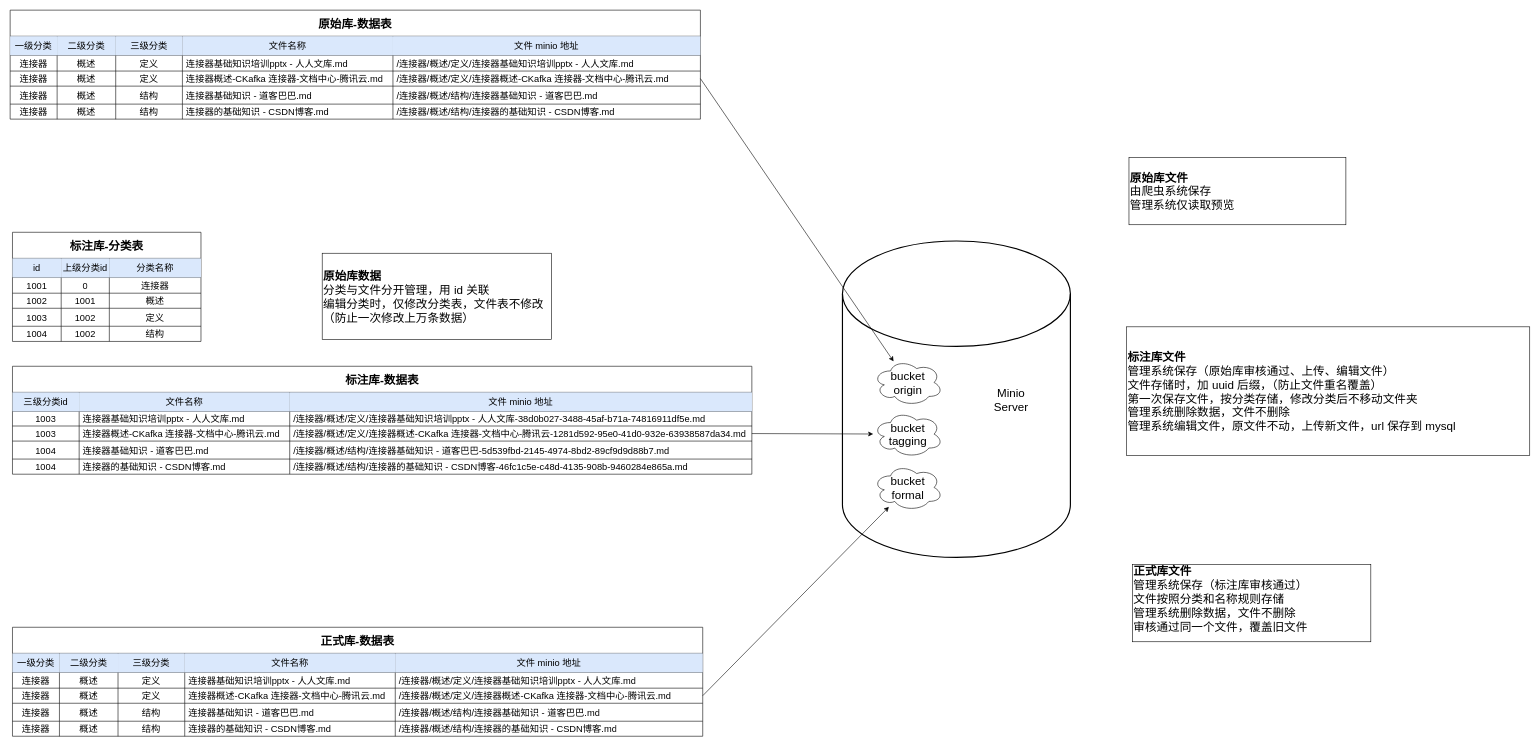
Earlier version of the draw.io diagram ence/aidata-minio.drawio (MuggleStar/draw_io). Source tidied: cells renumbered, new cells numbered last; positions are measured from the earlier drawing's top-left corner, leaving out a move shared by most shapes. Both pictures are drawn from the tidied source at 58%, with x=0, y=0 at pixel (10, 10).
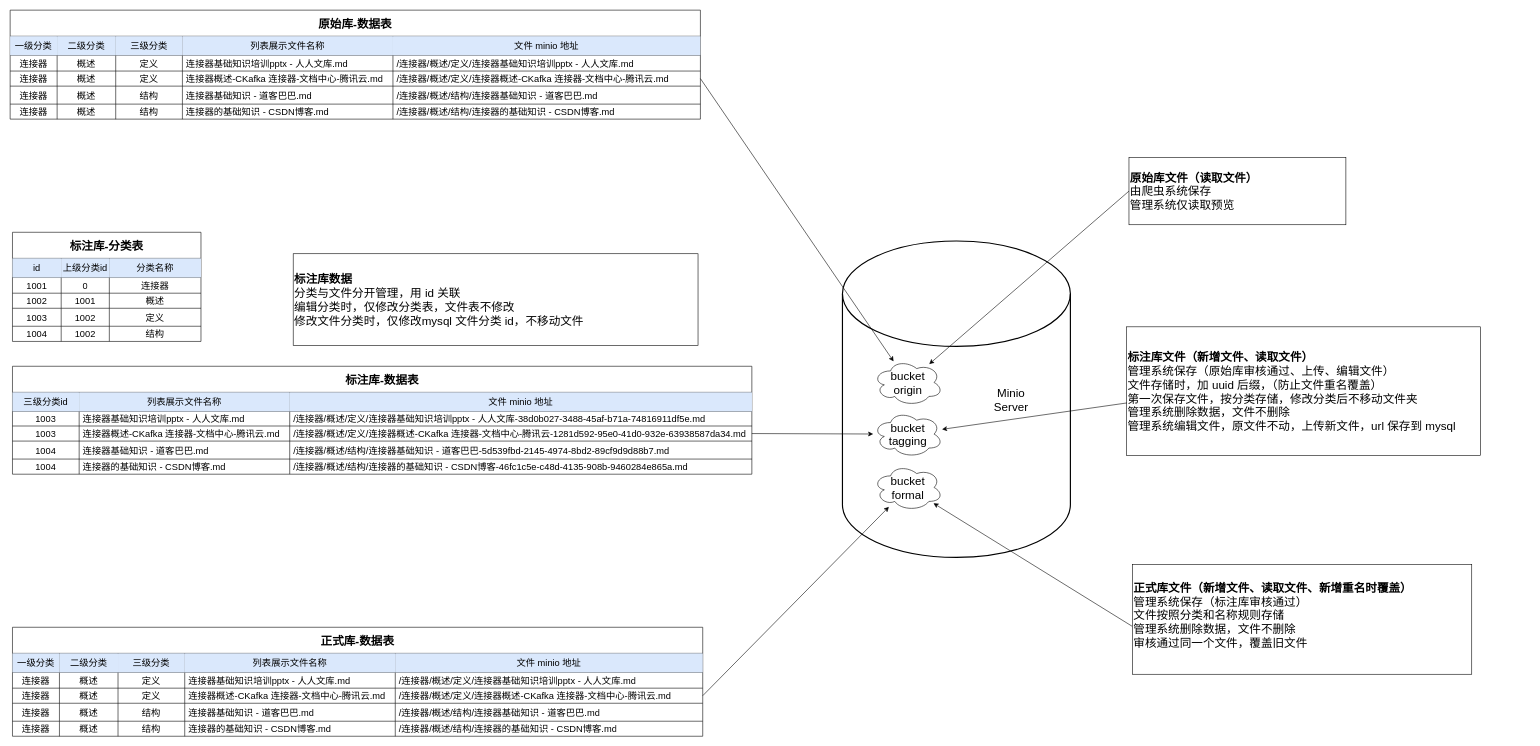
Above is the later version.

Unchanged cells that the change refers to:
```xml
<mxCell id="3" style="shape=tableRow;horizontal=0;startSize=0;swimlaneHead=0;swimlaneBody=0;strokeColor=inherit;top=0;left=0;bottom=0;right=0;fillColor=none;fontSize=16;" parent="2" vertex="1">
  <mxGeometry y="45" width="1190.1" height="33" as="geometry" />
</mxCell>
<mxCell id="34" value="bucket&lt;div&gt;origin&lt;/div&gt;" style="ellipse;shape=cloud;whiteSpace=wrap;html=1;fontSize=20;" parent="1" vertex="1">
  <mxGeometry x="1488" y="602" width="120" height="80" as="geometry" />
</mxCell>
<mxCell id="35" value="bucket&lt;div&gt;tagging&lt;/div&gt;" style="ellipse;shape=cloud;whiteSpace=wrap;html=1;fontSize=20;" parent="1" vertex="1">
  <mxGeometry x="1488" y="691" width="120" height="80" as="geometry" />
</mxCell>
<mxCell id="36" value="bucket&lt;div&gt;formal&lt;/div&gt;" style="ellipse;shape=cloud;whiteSpace=wrap;html=1;fontSize=20;" parent="1" vertex="1">
  <mxGeometry x="1488" y="783" width="120" height="80" as="geometry" />
</mxCell>
<mxCell id="39" style="shape=tableRow;horizontal=0;startSize=0;swimlaneHead=0;swimlaneBody=0;strokeColor=inherit;top=0;left=0;bottom=0;right=0;fillColor=none;fontSize=16;" parent="38" vertex="1">
  <mxGeometry y="45" width="1274.8" height="33" as="geometry" />
</mxCell>
<mxCell id="81" style="shape=tableRow;horizontal=0;startSize=0;swimlaneHead=0;swimlaneBody=0;strokeColor=inherit;top=0;left=0;bottom=0;right=0;fillColor=none;fontSize=16;" parent="80" vertex="1">
  <mxGeometry y="45" width="1190.1" height="33" as="geometry" />
</mxCell>
```

The edit, as a diff of the source:
```diff
@@
-    <mxCell id="7" value="文件名称" style="shape=partialRectangle;html=1;whiteSpace=wrap;strokeColor=#6c8ebf;overflow=hidden;fillColor=#dae8fc;top=0;left=0;bottom=0;right=0;fontSize=16;align=center;" parent="3" vertex="1">
+    <mxCell id="7" value="列表展示文件名称" style="shape=partialRectangle;html=1;whiteSpace=wrap;strokeColor=#6c8ebf;overflow=hidden;fillColor=#dae8fc;top=0;left=0;bottom=0;right=0;fontSize=16;align=center;" parent="3" vertex="1">
       <mxGeometry x="297" width="363" height="33" as="geometry" />
     </mxCell>
@@
-    <mxCell id="41" value="文件名称" style="shape=partialRectangle;html=1;whiteSpace=wrap;strokeColor=#6c8ebf;overflow=hidden;fillColor=#dae8fc;top=0;left=0;bottom=0;right=0;fontSize=16;align=center;" parent="39" vertex="1">
+    <mxCell id="41" value="列表展示文件名称" style="shape=partialRectangle;html=1;whiteSpace=wrap;strokeColor=#6c8ebf;overflow=hidden;fillColor=#dae8fc;top=0;left=0;bottom=0;right=0;fontSize=16;align=center;" parent="39" vertex="1">
       <mxGeometry x="115" width="363" height="33" as="geometry" />
     </mxCell>
@@
-    <mxCell id="85" value="文件名称" style="shape=partialRectangle;html=1;whiteSpace=wrap;strokeColor=#6c8ebf;overflow=hidden;fillColor=#dae8fc;top=0;left=0;bottom=0;right=0;fontSize=16;align=center;" parent="81" vertex="1">
+    <mxCell id="85" value="列表展示文件名称" style="shape=partialRectangle;html=1;whiteSpace=wrap;strokeColor=#6c8ebf;overflow=hidden;fillColor=#dae8fc;top=0;left=0;bottom=0;right=0;fontSize=16;align=center;" parent="81" vertex="1">
       <mxGeometry x="297" width="363" height="33" as="geometry" />
     </mxCell>
@@
-    <mxCell id="113" value="&lt;font style=&quot;font-size: 20px;&quot;&gt;&lt;b&gt;原始库文件&lt;/b&gt;&lt;/font&gt;&lt;div&gt;&lt;font style=&quot;font-size: 20px;&quot;&gt;由爬虫系统保存&lt;br&gt;管理系统仅读取预览&lt;/font&gt;&lt;/div&gt;" style="rounded=0;whiteSpace=wrap;html=1;align=left;" parent="1" vertex="1">
+    <mxCell id="113" value="&lt;font style=&quot;font-size: 20px;&quot;&gt;&lt;b&gt;原始库文件（读取文件）&lt;/b&gt;&lt;/font&gt;&lt;div&gt;&lt;font style=&quot;font-size: 20px;&quot;&gt;由爬虫系统保存&lt;br&gt;管理系统仅读取预览&lt;/font&gt;&lt;/div&gt;" style="rounded=0;whiteSpace=wrap;html=1;align=left;" parent="1" vertex="1">
       <mxGeometry x="1929" y="254" width="374" height="116" as="geometry" />
     </mxCell>
-    <mxCell id="114" value="&lt;font style=&quot;font-size: 20px;&quot;&gt;&lt;b&gt;标注库文件&lt;/b&gt;&lt;/font&gt;&lt;div&gt;&lt;font style=&quot;font-size: 20px;&quot;&gt;管理系统保存（原始库审核通过、上传、编辑文件）&lt;/font&gt;&lt;/div&gt;&lt;div&gt;&lt;span style=&quot;font-size: 20px;&quot;&gt;文件存储时，加 uuid 后缀，（防止文件重名覆盖）&lt;/span&gt;&lt;/div&gt;&lt;div&gt;&lt;span style=&quot;font-size: 20px;&quot;&gt;第一次保存文件，按分类存储，修改分类后不移动文件夹&lt;/span&gt;&lt;/div&gt;&lt;div&gt;&lt;span style=&quot;font-size: 20px;&quot;&gt;管理系统删除数据，文件不删除&lt;/span&gt;&lt;/div&gt;&lt;div&gt;&lt;span style=&quot;font-size: 20px;&quot;&gt;管理系统编辑文件，原文件不动，上传新文件，url 保存到 mysql&lt;/span&gt;&lt;/div&gt;" style="rounded=0;whiteSpace=wrap;html=1;align=left;" parent="1" vertex="1">
-      <mxGeometry x="1925" y="546" width="695" height="222" as="geometry" />
+    <mxCell id="114" value="&lt;font style=&quot;font-size: 20px;&quot;&gt;&lt;b&gt;标注库文件（新增文件、读取文件）&lt;/b&gt;&lt;/font&gt;&lt;div&gt;&lt;font style=&quot;font-size: 20px;&quot;&gt;管理系统保存（原始库审核通过、上传、编辑文件）&lt;/font&gt;&lt;/div&gt;&lt;div&gt;&lt;span style=&quot;font-size: 20px;&quot;&gt;文件存储时，加 uuid 后缀，（防止文件重名覆盖）&lt;/span&gt;&lt;/div&gt;&lt;div&gt;&lt;span style=&quot;font-size: 20px;&quot;&gt;第一次保存文件，按分类存储，修改分类后不移动文件夹&lt;/span&gt;&lt;/div&gt;&lt;div&gt;&lt;span style=&quot;font-size: 20px;&quot;&gt;管理系统删除数据，文件不删除&lt;/span&gt;&lt;/div&gt;&lt;div&gt;&lt;span style=&quot;font-size: 20px;&quot;&gt;管理系统编辑文件，原文件不动，上传新文件，url 保存到 mysql&lt;/span&gt;&lt;/div&gt;" style="rounded=0;whiteSpace=wrap;html=1;align=left;" parent="1" vertex="1">
+      <mxGeometry x="1925" y="546" width="610" height="222" as="geometry" />
     </mxCell>
-    <mxCell id="115" value="&lt;font style=&quot;font-size: 20px;&quot;&gt;&lt;b&gt;正式库文件&lt;/b&gt;&lt;/font&gt;&lt;div&gt;&lt;font style=&quot;font-size: 20px;&quot;&gt;管理系统保存（标注库审核通过）&lt;/font&gt;&lt;/div&gt;&lt;div&gt;&lt;span style=&quot;font-size: 20px;&quot;&gt;文件按照分类和名称规则存储&lt;/span&gt;&lt;/div&gt;&lt;div&gt;&lt;span style=&quot;font-size: 20px;&quot;&gt;管理系统删除&lt;/span&gt;&lt;span style=&quot;font-size: 20px; background-color: transparent; color: light-dark(rgb(0, 0, 0), rgb(255, 255, 255));&quot;&gt;数据&lt;/span&gt;&lt;span style=&quot;font-size: 20px; background-color: transparent; color: light-dark(rgb(0, 0, 0), rgb(255, 255, 255));&quot;&gt;，文件不删除&lt;/span&gt;&lt;/div&gt;&lt;div&gt;&lt;span style=&quot;font-size: 20px;&quot;&gt;审核通过同一个文件，覆盖旧文件&lt;/span&gt;&lt;/div&gt;&lt;div&gt;&lt;br&gt;&lt;/div&gt;" style="rounded=0;whiteSpace=wrap;html=1;align=left;" parent="1" vertex="1">
-      <mxGeometry x="1935" y="956" width="411" height="133" as="geometry" />
+    <mxCell id="115" value="&lt;font style=&quot;font-size: 20px;&quot;&gt;&lt;b&gt;正式库文件&lt;/b&gt;&lt;/font&gt;&lt;b style=&quot;font-size: 20px;&quot;&gt;（新增文件、读取文件、新增重名时覆盖）&lt;/b&gt;&lt;div&gt;&lt;font style=&quot;font-size: 20px;&quot;&gt;管理系统保存（标注库审核通过）&lt;/font&gt;&lt;/div&gt;&lt;div&gt;&lt;span style=&quot;font-size: 20px;&quot;&gt;文件按照分类和名称规则存储&lt;/span&gt;&lt;/div&gt;&lt;div&gt;&lt;span style=&quot;font-size: 20px;&quot;&gt;管理系统删除&lt;/span&gt;&lt;span style=&quot;font-size: 20px; background-color: transparent; color: light-dark(rgb(0, 0, 0), rgb(255, 255, 255));&quot;&gt;数据&lt;/span&gt;&lt;span style=&quot;font-size: 20px; background-color: transparent; color: light-dark(rgb(0, 0, 0), rgb(255, 255, 255));&quot;&gt;，文件不删除&lt;/span&gt;&lt;/div&gt;&lt;div&gt;&lt;span style=&quot;font-size: 20px;&quot;&gt;审核通过同一个文件，覆盖旧文件&lt;/span&gt;&lt;/div&gt;&lt;div&gt;&lt;br&gt;&lt;/div&gt;" style="rounded=0;whiteSpace=wrap;html=1;align=left;" parent="1" vertex="1">
+      <mxGeometry x="1935" y="956" width="585" height="189" as="geometry" />
     </mxCell>
-    <mxCell id="116" value="&lt;font style=&quot;font-size: 20px;&quot;&gt;&lt;b&gt;原始库数据&lt;/b&gt;&lt;/font&gt;&lt;div&gt;&lt;span style=&quot;font-size: 20px;&quot;&gt;分类与文件分开管理，用 id 关联&lt;/span&gt;&lt;/div&gt;&lt;div&gt;&lt;span style=&quot;font-size: 20px;&quot;&gt;编辑分类时，仅修改分类表，文件表不修改（防止一次修改上万条数据）&lt;/span&gt;&lt;/div&gt;" style="rounded=0;whiteSpace=wrap;html=1;align=left;" parent="1" vertex="1">
-      <mxGeometry x="538" y="419.1" width="395" height="148.9" as="geometry" />
+    <mxCell id="116" value="&lt;font style=&quot;font-size: 20px;&quot;&gt;&lt;b&gt;标注库数据&lt;/b&gt;&lt;/font&gt;&lt;div&gt;&lt;span style=&quot;font-size: 20px;&quot;&gt;分类与文件分开管理，用 id 关联&lt;/span&gt;&lt;/div&gt;&lt;div&gt;&lt;span style=&quot;font-size: 20px;&quot;&gt;编辑分类时，仅修改分类表，文件表不修改&lt;br&gt;修改文件分类时，仅修改mysql 文件分类 id，不移动文件&lt;/span&gt;&lt;/div&gt;" style="rounded=0;whiteSpace=wrap;html=1;align=left;" parent="1" vertex="1">
+      <mxGeometry x="488" y="420" width="698" height="158" as="geometry" />
     </mxCell>
+    <mxCell id="117" style="endArrow=classic;html=1;rounded=0;fontSize=20;exitX=0;exitY=0.5;exitDx=0;exitDy=0;" parent="1" edge="1" source="113" target="34">
+      <mxGeometry relative="1" as="geometry" />
+    </mxCell>
+    <mxCell id="118" style="endArrow=classic;html=1;rounded=0;fontSize=20;exitX=0.001;exitY=0.591;exitDx=0;exitDy=0;exitPerimeter=0;" parent="1" edge="1" source="114" target="35">
+      <mxGeometry relative="1" as="geometry" />
+    </mxCell>
+    <mxCell id="119" style="endArrow=classic;html=1;rounded=0;fontSize=20;exitX=-0.001;exitY=0.562;exitDx=0;exitDy=0;exitPerimeter=0;" parent="1" edge="1" source="115" target="36">
+      <mxGeometry relative="1" as="geometry" />
+    </mxCell>
```
